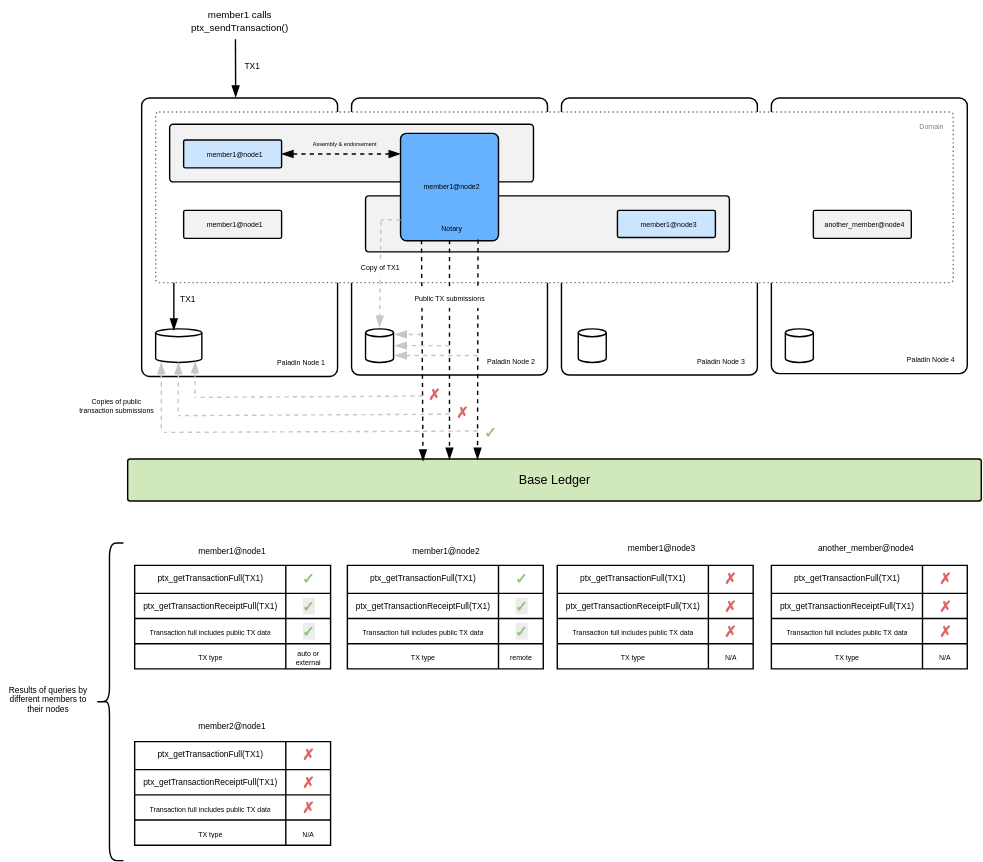
The draw.io diagram doc-site/docs/architecture/diagrams/paladin-node-data-flows.svg in LFDT-Paladin/paladin, before a commit. Source tidied: cells renumbered, new cells last; positions are measured from the earlier drawing's top-left corner, leaving out a move shared by most shapes.
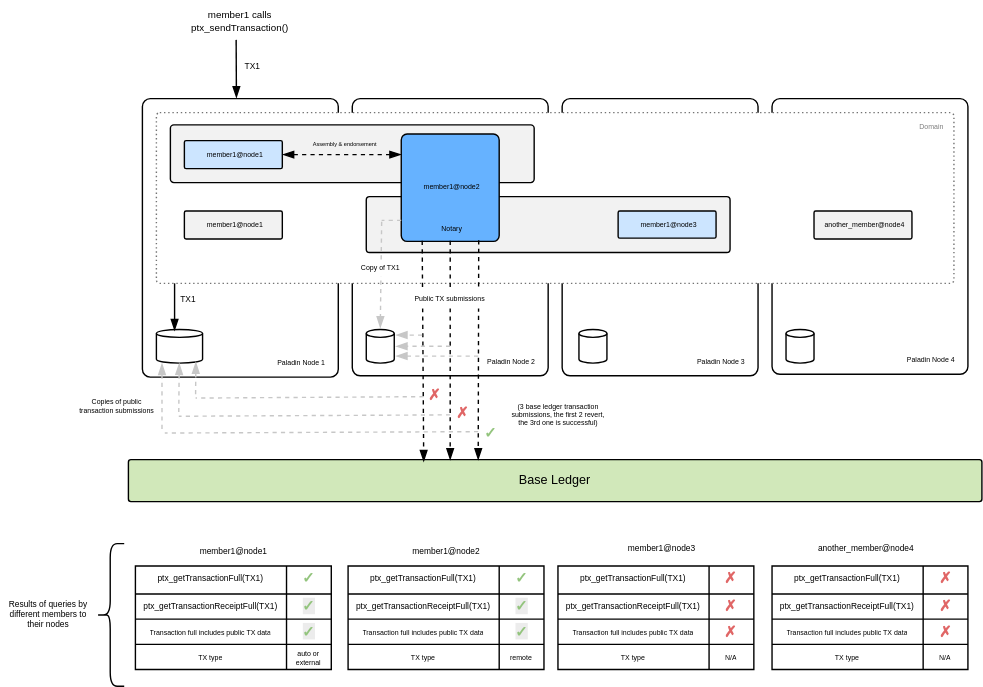
Above is the later version.

Commit message:
Update the data flow docs between nodes

The edit, as a diff of the source:
```diff
@@ -198,9 +198,6 @@
     <mxCell id="54" value="&lt;span style=&quot;font-size: 6px;&quot;&gt;member1@node1&lt;/span&gt;" style="rounded=0;whiteSpace=wrap;html=1;strokeColor=none;fillColor=none;" parent="1" vertex="1">
       <mxGeometry x="136.5" y="383" width="59" height="17" as="geometry" />
     </mxCell>
-    <mxCell id="55" value="&lt;span style=&quot;font-size: 6px;&quot;&gt;member2@node1&lt;/span&gt;" style="rounded=0;whiteSpace=wrap;html=1;strokeColor=none;fillColor=none;" parent="1" vertex="1">
-      <mxGeometry x="136.5" y="508" width="59" height="17" as="geometry" />
-    </mxCell>
     <mxCell id="56" value="&lt;span style=&quot;font-size: 6px;&quot;&gt;member1@node2&lt;/span&gt;" style="rounded=0;whiteSpace=wrap;html=1;strokeColor=none;fillColor=none;" parent="1" vertex="1">
       <mxGeometry x="288.5" y="383" width="59" height="17" as="geometry" />
     </mxCell>
@@ -327,45 +324,6 @@
     <mxCell id="97" value="N/A" style="shape=partialRectangle;html=1;whiteSpace=wrap;strokeColor=inherit;overflow=hidden;fillColor=none;top=0;left=0;bottom=0;right=0;spacingRight=2;spacingLeft=2;fontSize=5;" parent="95" vertex="1">
       <mxGeometry x="108" width="32" height="18" as="geometry" />
     </mxCell>
-    <mxCell id="98" style="shape=table;startSize=0;fontSize=6;spacingLeft=2;" parent="1" vertex="1">
-      <mxGeometry x="96" y="530" width="140" height="74" as="geometry" />
-    </mxCell>
-    <mxCell id="99" style="shape=tableRow;horizontal=0;startSize=0;swimlaneHead=0;swimlaneBody=0;strokeColor=inherit;top=0;left=0;bottom=0;right=0;fillColor=none;" parent="98" vertex="1">
-      <mxGeometry width="140" height="20" as="geometry" />
-    </mxCell>
-    <mxCell id="100" value="&lt;span id=&quot;docs-internal-guid-54da5f6f-7fff-2256-3de9-d88a83de717e&quot;&gt;&lt;p dir=&quot;ltr&quot; style=&quot;line-height:1.2;margin-top:0pt;margin-bottom:0pt;&quot;&gt;&lt;span style=&quot;font-family: Arial, sans-serif; background-color: transparent; font-variant-numeric: normal; font-variant-east-asian: normal; font-variant-alternates: normal; font-variant-position: normal; font-variant-emoji: normal; vertical-align: baseline; white-space-collapse: preserve;&quot;&gt;&lt;font style=&quot;font-size: 6px;&quot;&gt;ptx_getTransactionFull(TX1)&lt;/font&gt;&lt;/span&gt;&lt;/p&gt;&lt;/span&gt;" style="shape=partialRectangle;html=1;whiteSpace=wrap;strokeColor=inherit;overflow=hidden;fillColor=none;top=0;left=0;bottom=0;right=0;verticalAlign=middle;horizontal=1;labelPosition=center;verticalLabelPosition=middle;align=center;spacingRight=2;spacingLeft=2;fontSize=5;spacingBottom=2;" parent="99" vertex="1">
-      <mxGeometry width="108" height="20" as="geometry" />
-    </mxCell>
-    <mxCell id="101" value="&lt;span id=&quot;docs-internal-guid-c590954d-7fff-3660-6d2f-7494b4fce300&quot;&gt;&lt;p dir=&quot;ltr&quot; style=&quot;line-height:1.2;margin-top:0pt;margin-bottom:0pt;&quot;&gt;&lt;span style=&quot;color: rgb(224, 102, 102); font-family: Arial, sans-serif; font-size: 10.6667px; font-weight: 700; white-space-collapse: preserve;&quot;&gt;✗&lt;/span&gt;&lt;/p&gt;&lt;/span&gt;" style="shape=partialRectangle;html=1;whiteSpace=wrap;strokeColor=inherit;overflow=hidden;fillColor=none;top=0;left=0;bottom=0;right=0;spacingRight=2;spacingLeft=2;fontSize=5;spacingBottom=2;" parent="99" vertex="1">
-      <mxGeometry x="108" width="32" height="20" as="geometry" />
-    </mxCell>
-    <mxCell id="102" style="shape=tableRow;horizontal=0;startSize=0;swimlaneHead=0;swimlaneBody=0;strokeColor=inherit;top=0;left=0;bottom=0;right=0;fillColor=none;" parent="98" vertex="1">
-      <mxGeometry y="20" width="140" height="18" as="geometry" />
-    </mxCell>
-    <mxCell id="103" value="&lt;span style=&quot;font-family: Arial, sans-serif; font-size: 6px; white-space-collapse: preserve;&quot;&gt;ptx_getTransactionReceiptFull(TX1)&lt;/span&gt;" style="shape=partialRectangle;html=1;whiteSpace=wrap;strokeColor=inherit;overflow=hidden;fillColor=none;top=0;left=0;bottom=0;right=0;spacingRight=2;spacingLeft=2;fontSize=5;" parent="102" vertex="1">
-      <mxGeometry width="108" height="18" as="geometry" />
-    </mxCell>
-    <mxCell id="104" value="&lt;span style=&quot;color: rgb(224, 102, 102); font-family: Arial, sans-serif; font-size: 10.6667px; font-weight: 700; white-space-collapse: preserve;&quot;&gt;✗&lt;/span&gt;" style="shape=partialRectangle;html=1;whiteSpace=wrap;strokeColor=inherit;overflow=hidden;fillColor=none;top=0;left=0;bottom=0;right=0;spacingRight=2;spacingLeft=2;fontSize=5;" parent="102" vertex="1">
-      <mxGeometry x="108" width="32" height="18" as="geometry" />
-    </mxCell>
-    <mxCell id="105" style="shape=tableRow;horizontal=0;startSize=0;swimlaneHead=0;swimlaneBody=0;strokeColor=inherit;top=0;left=0;bottom=0;right=0;fillColor=none;" parent="98" vertex="1">
-      <mxGeometry y="38" width="140" height="18" as="geometry" />
-    </mxCell>
-    <mxCell id="106" value="Transaction full includes public TX data" style="shape=partialRectangle;html=1;whiteSpace=wrap;strokeColor=inherit;overflow=hidden;fillColor=none;top=0;left=0;bottom=0;right=0;spacingRight=2;spacingLeft=2;fontSize=5;" parent="105" vertex="1">
-      <mxGeometry width="108" height="18" as="geometry" />
-    </mxCell>
-    <mxCell id="107" value="&lt;span style=&quot;color: rgb(224, 102, 102); font-family: Arial, sans-serif; font-size: 10.6667px; font-weight: 700; white-space-collapse: preserve;&quot;&gt;✗&lt;/span&gt;" style="shape=partialRectangle;html=1;whiteSpace=wrap;strokeColor=inherit;overflow=hidden;fillColor=none;top=0;left=0;bottom=0;right=0;spacingRight=2;spacingLeft=2;fontSize=5;" parent="105" vertex="1">
-      <mxGeometry x="108" width="32" height="18" as="geometry" />
-    </mxCell>
-    <mxCell id="108" style="shape=tableRow;horizontal=0;startSize=0;swimlaneHead=0;swimlaneBody=0;strokeColor=inherit;top=0;left=0;bottom=0;right=0;fillColor=none;" parent="98" vertex="1">
-      <mxGeometry y="56" width="140" height="18" as="geometry" />
-    </mxCell>
-    <mxCell id="109" value="TX type" style="shape=partialRectangle;html=1;whiteSpace=wrap;strokeColor=inherit;overflow=hidden;fillColor=none;top=0;left=0;bottom=0;right=0;spacingRight=2;spacingLeft=2;fontSize=5;" parent="108" vertex="1">
-      <mxGeometry width="108" height="18" as="geometry" />
-    </mxCell>
-    <mxCell id="110" value="N/A" style="shape=partialRectangle;html=1;whiteSpace=wrap;strokeColor=inherit;overflow=hidden;fillColor=none;top=0;left=0;bottom=0;right=0;spacingRight=2;spacingLeft=2;fontSize=5;" parent="108" vertex="1">
-      <mxGeometry x="108" width="32" height="18" as="geometry" />
-    </mxCell>
     <mxCell id="111" style="endArrow=blockThin;html=1;rounded=0;dashed=1;strokeColor=#C7C7C7;endFill=1;" parent="1" edge="1">
       <mxGeometry relative="1" as="geometry">
         <mxPoint x="321" y="247" as="sourcePoint" />
@@ -385,10 +343,10 @@
       </mxGeometry>
     </mxCell>
     <mxCell id="114" value="Results of queries by different members to their nodes" style="rounded=0;whiteSpace=wrap;strokeColor=none;fillColor=none;spacingTop=-4;fontSize=6;strokeWidth=1;" parent="1" vertex="1">
-      <mxGeometry y="494" width="68" height="16" as="geometry" />
+      <mxGeometry y="433" width="68" height="16" as="geometry" />
     </mxCell>
     <mxCell id="115" style="shape=curlyBracket;whiteSpace=wrap;html=1;rounded=1;labelPosition=left;verticalLabelPosition=middle;align=right;verticalAlign=middle;size=0.5;" parent="1" vertex="1">
-      <mxGeometry x="68" y="388" width="20" height="227" as="geometry" />
+      <mxGeometry x="68" y="388" width="20" height="102" as="geometry" />
     </mxCell>
     <mxCell id="116" value="member1@node1" style="rounded=1;whiteSpace=wrap;html=1;arcSize=6;align=center;verticalAlign=middle;fontSize=5;spacingLeft=3;spacingBottom=3;fillColor=light-dark(#F2F2F2,#424242);" parent="1" vertex="1">
       <mxGeometry x="131" y="150.3" width="70" height="20" as="geometry" />
@@ -396,5 +354,8 @@
     <mxCell id="117" value="another_member@node4" style="rounded=1;whiteSpace=wrap;html=1;arcSize=6;align=center;verticalAlign=middle;fontSize=5;spacingLeft=3;spacingBottom=3;fillColor=light-dark(#F2F2F2,#424242);" parent="1" vertex="1">
       <mxGeometry x="581" y="150.3" width="70" height="20" as="geometry" />
     </mxCell>
+    <mxCell id="118" value="(3 base ledger transaction submissions, the first 2 revert, the 3rd one is successful)" style="rounded=0;whiteSpace=wrap;strokeColor=none;fontSize=5;fillColor=none;" parent="1" vertex="1">
+      <mxGeometry x="360.5" y="275.5" width="74.5" height="39" as="geometry" />
+    </mxCell>
   </root>
 </mxGraphModel>
```
